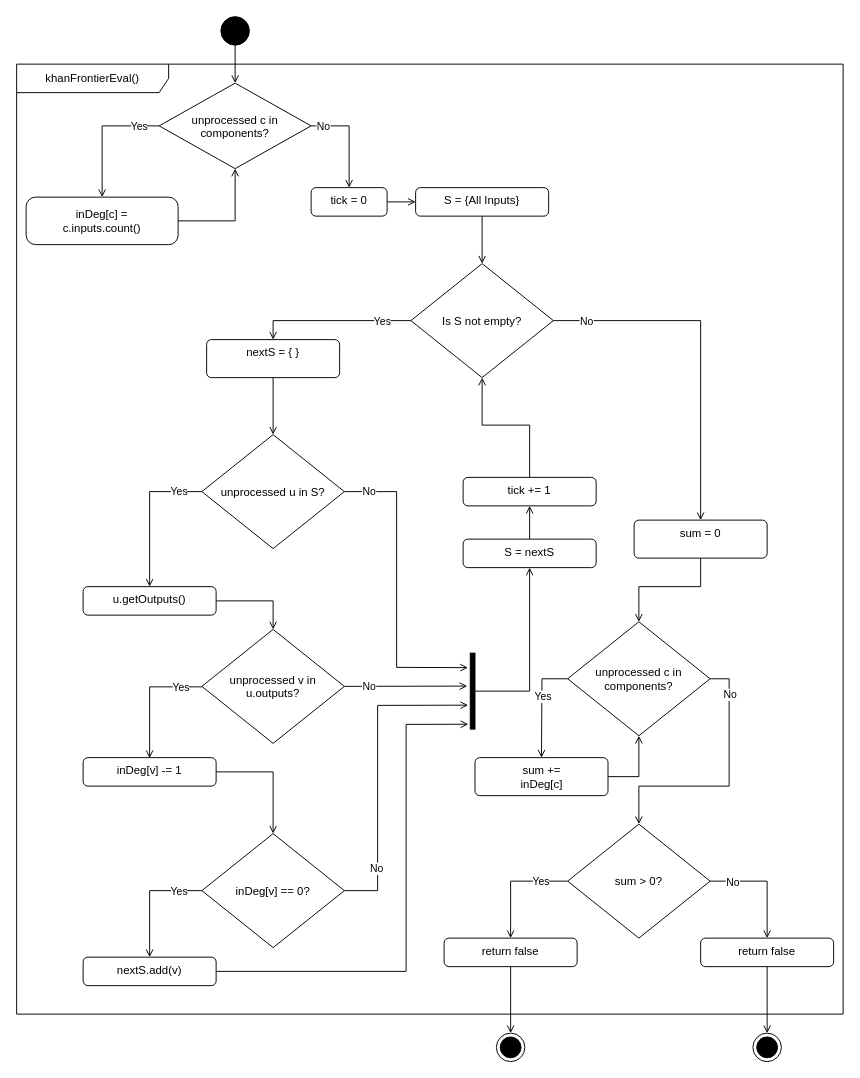
Above: ActivityKhan.drawio in Vlogenz/ICT-Project (draw.io), before the change. Source tidied: cells renumbered, new cells numbered last; positions are measured from the earlier drawing's top-left corner, leaving out a move shared by most shapes. Both pictures are drawn from the tidied source at 95%, with x=0, y=0 at pixel (16, 16).
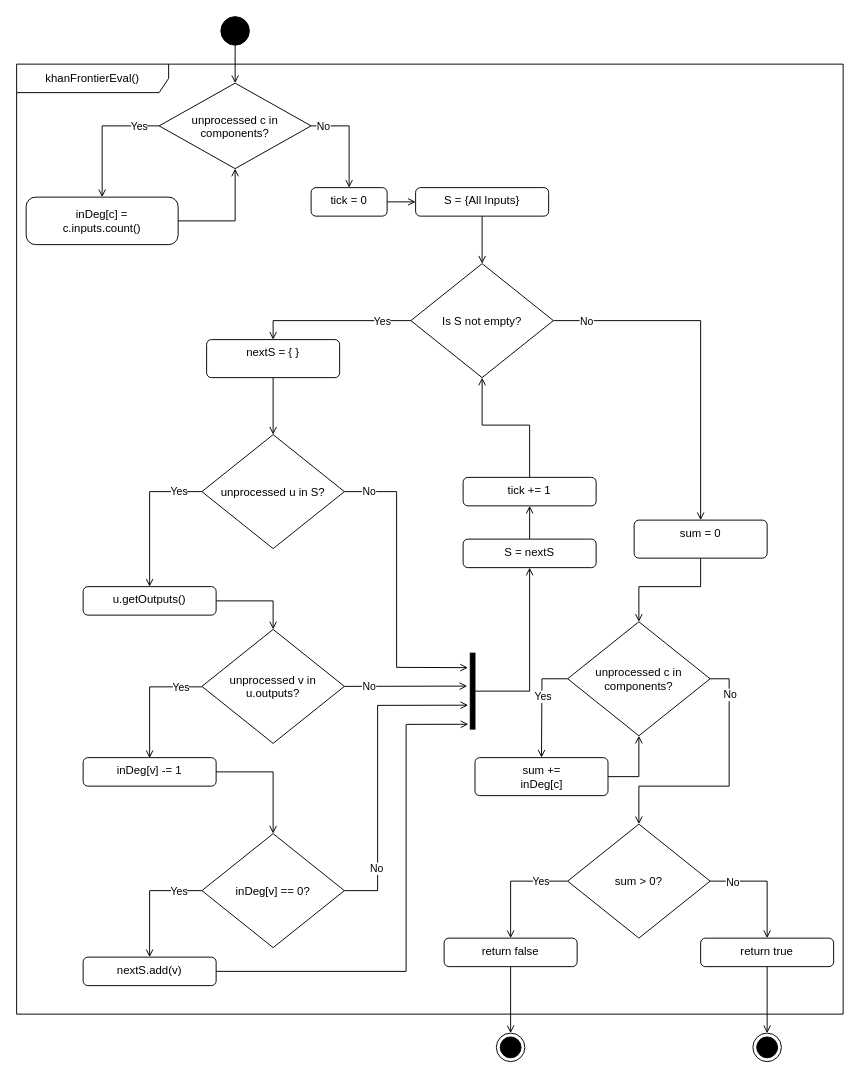
After the change.

Unchanged cells that the change refers to:
```xml
<mxCell id="4" value="khanFrontierEval()" style="shape=umlFrame;whiteSpace=wrap;html=1;width=160;" parent="1" vertex="1">
  <mxGeometry y="50" width="870" height="1000" as="geometry" />
</mxCell>
```

What changed in the source:
```diff
@@
-    <mxCell id="65" value="return false" style="html=1;align=center;verticalAlign=top;rounded=1;absoluteArcSize=1;arcSize=10;dashed=0;whiteSpace=wrap;" parent="4" vertex="1">
+    <mxCell id="65" value="return true" style="html=1;align=center;verticalAlign=top;rounded=1;absoluteArcSize=1;arcSize=10;dashed=0;whiteSpace=wrap;" parent="4" vertex="1">
       <mxGeometry x="720" y="920" width="140" height="30" as="geometry" />
     </mxCell>
```
